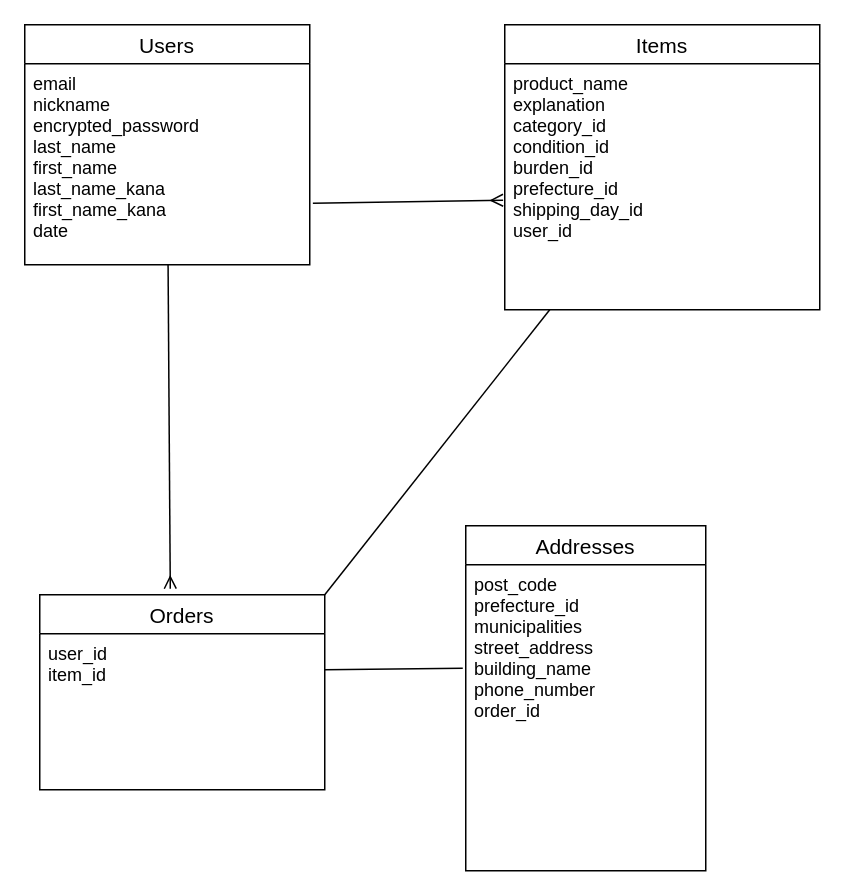
Above: test.dio in kimurose/furima-40246 (draw.io), before the change. Source tidied: cells renumbered, new cells numbered last; positions are measured from the earlier drawing's top-left corner, leaving out a move shared by most shapes. Both pictures are drawn from the tidied source at 150%, with x=0, y=0 at pixel (24, 24).
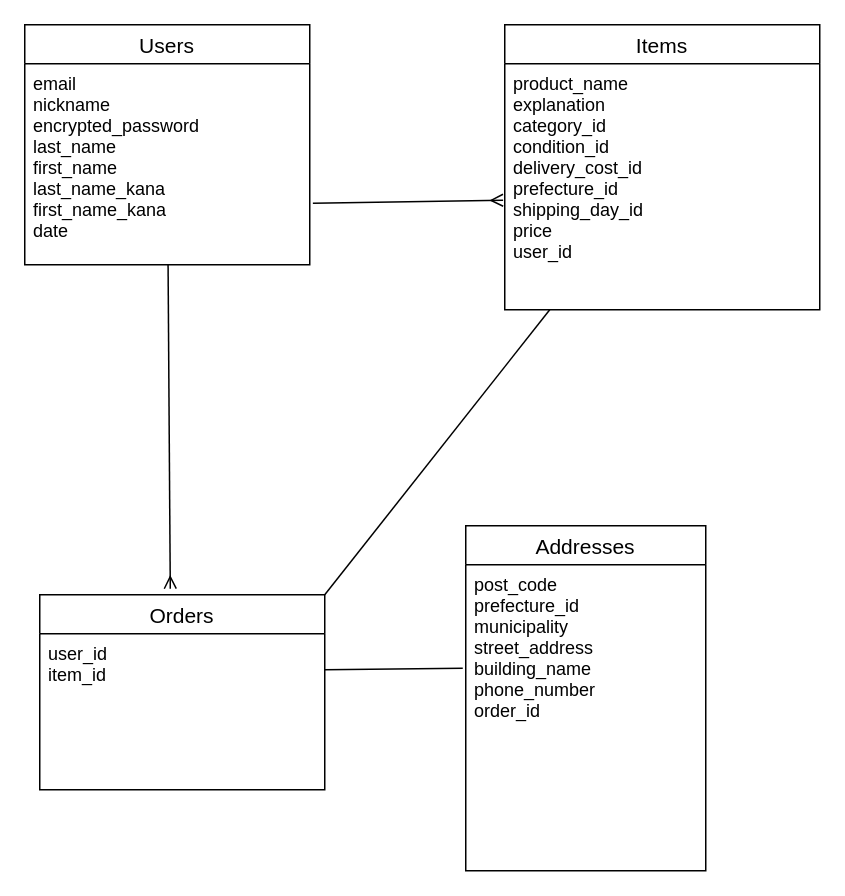
The same page after the edit.

Commit message (it also covers changes not shown here):
レビュー後、直し４回目

Change to the diagram source:
```diff
@@
 <mxGraphModel>
   <root>
     <mxCell id="0" />
     <mxCell id="1" parent="0" />
     <mxCell id="2" style="edgeStyle=none;html=1;entryX=0.458;entryY=-0.031;entryDx=0;entryDy=0;entryPerimeter=0;endArrow=ERmany;endFill=0;" parent="1" edge="1" source="3" target="8">
       <mxGeometry relative="1" as="geometry" />
     </mxCell>
     <mxCell id="3" value="Users" style="swimlane;fontStyle=0;horizontal=1;startSize=26;align=center;fontSize=14;" parent="1" vertex="1">
       <mxGeometry width="190" height="160" as="geometry" />
     </mxCell>
     <mxCell id="4" value="email&#10;nickname&#10;encrypted_password&#10;last_name&#10;first_name&#10;last_name_kana&#10;first_name_kana&#10;date" style="text;strokeColor=none;fillColor=none;spacingLeft=4;spacingRight=4;overflow=hidden;points=[[0,0.5],[1,0.5]];portConstraint=eastwest;fontSize=12;" parent="3" vertex="1">
       <mxGeometry y="26" width="190" height="134" as="geometry" />
     </mxCell>
     <mxCell id="5" style="edgeStyle=none;html=1;entryX=1;entryY=0;entryDx=0;entryDy=0;startArrow=none;startFill=0;endArrow=none;endFill=0;" parent="1" edge="1" source="6" target="8">
       <mxGeometry relative="1" as="geometry" />
     </mxCell>
     <mxCell id="6" value="Items" style="swimlane;fontStyle=0;horizontal=1;startSize=26;align=center;fontSize=14;" parent="1" vertex="1">
       <mxGeometry x="320" width="210" height="190" as="geometry" />
     </mxCell>
-    <mxCell id="7" value="product_name&#10;explanation&#10;category_id&#10;condition_id&#10;burden_id&#10;prefecture_id&#10;shipping_day_id&#10;user_id" style="text;strokeColor=none;fillColor=none;spacingLeft=4;spacingRight=4;overflow=hidden;fontSize=12;" parent="6" vertex="1">
+    <mxCell id="7" value="product_name&#10;explanation&#10;category_id&#10;condition_id&#10;delivery_cost_id&#10;prefecture_id&#10;shipping_day_id&#10;price&#10;user_id" style="text;strokeColor=none;fillColor=none;spacingLeft=4;spacingRight=4;overflow=hidden;fontSize=12;" parent="6" vertex="1">
       <mxGeometry y="26" width="210" height="164" as="geometry" />
     </mxCell>
     <mxCell id="8" value="Orders" style="swimlane;fontStyle=0;horizontal=1;startSize=26;align=center;fontSize=14;" parent="1" vertex="1">
       <mxGeometry x="10" y="380" width="190" height="130" as="geometry" />
     </mxCell>
     <mxCell id="9" value="user_id&#10;item_id" style="text;strokeColor=none;fillColor=none;spacingLeft=4;spacingRight=4;overflow=hidden;fontSize=12;" parent="8" vertex="1">
       <mxGeometry y="26" width="190" height="104" as="geometry" />
     </mxCell>
     <mxCell id="10" value="Addresses" style="swimlane;fontStyle=0;horizontal=1;startSize=26;align=center;fontSize=14;" parent="1" vertex="1">
       <mxGeometry x="294" y="334" width="160" height="230" as="geometry" />
     </mxCell>
-    <mxCell id="11" value="post_code&#10;prefecture_id&#10;municipalities&#10;street_address&#10;building_name&#10;phone_number&#10;order_id&#10;&#10;" style="text;strokeColor=none;fillColor=none;spacingLeft=4;spacingRight=4;overflow=hidden;fontSize=12;" parent="10" vertex="1">
+    <mxCell id="11" value="post_code&#10;prefecture_id&#10;municipality&#10;street_address&#10;building_name&#10;phone_number&#10;order_id&#10;&#10;" style="text;strokeColor=none;fillColor=none;spacingLeft=4;spacingRight=4;overflow=hidden;fontSize=12;" parent="10" vertex="1">
       <mxGeometry y="26" width="160" height="204" as="geometry" />
     </mxCell>
     <mxCell id="12" style="edgeStyle=none;html=1;entryX=-0.006;entryY=0.33;entryDx=0;entryDy=0;entryPerimeter=0;endArrow=ERmany;endFill=0;exitX=1.011;exitY=0.694;exitDx=0;exitDy=0;exitPerimeter=0;" parent="1" edge="1" source="4">
       <mxGeometry relative="1" as="geometry">
         <mxPoint x="318.9" y="117" as="targetPoint" />
       </mxGeometry>
     </mxCell>
     <mxCell id="13" style="edgeStyle=none;html=1;endArrow=none;endFill=0;" parent="1" edge="1">
       <mxGeometry relative="1" as="geometry">
         <mxPoint x="200" y="430" as="sourcePoint" />
         <mxPoint x="292" y="429" as="targetPoint" />
       </mxGeometry>
     </mxCell>
   </root>
 </mxGraphModel>
```
